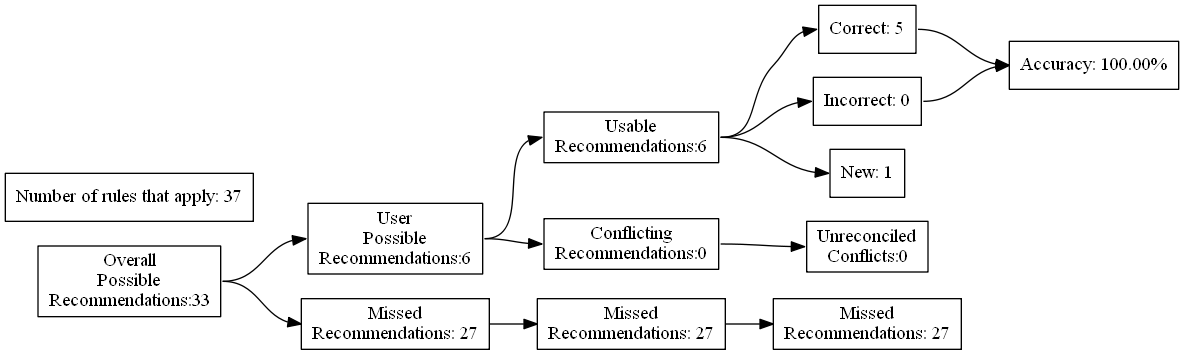
ZaxR/ibd_diet_analysis keeps this Graphviz diagram as test_renders/101.gv.png. Above is the earlier version. Its source is kept beside it as test_renders/101.gv.
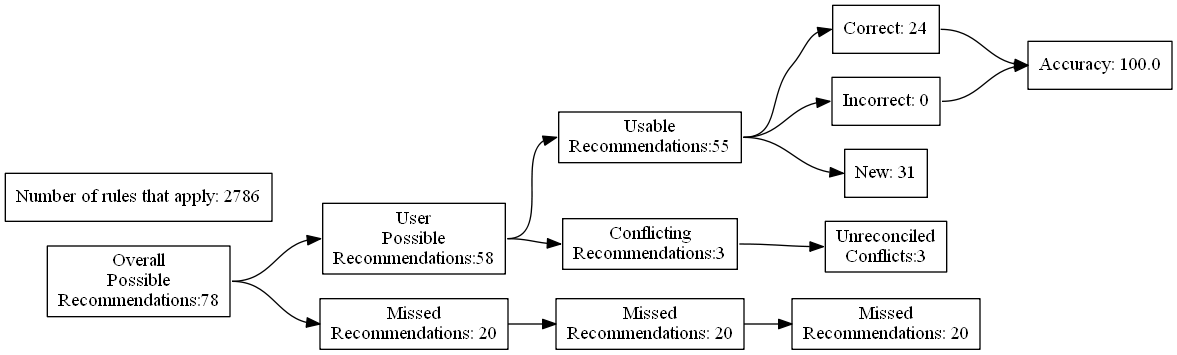
After the commit.

Change to the diagram source:
```diff
@@ -4,27 +4,27 @@
 	edge [headport=w tailport=e]
 		A [label="Overall
 Possible
-Recommendations:33"]
+Recommendations:78"]
 		B [label="User
 Possible
-Recommendations:6"]
+Recommendations:58"]
 		C [label="Missed
-Recommendations: 27"]
+Recommendations: 20"]
 		D [label="Usable
-Recommendations:6"]
+Recommendations:55"]
 		E [label="Conflicting
-Recommendations:0"]
+Recommendations:3"]
 		J [label="Missed
-Recommendations: 27"]
+Recommendations: 20"]
 		M [label="Unreconciled
-Conflicts:0"]
-		F [label="Correct: 5"]
+Conflicts:3"]
+		F [label="Correct: 24"]
 		G [label="Incorrect: 0"]
-		H [label="New: 1"]
+		H [label="New: 31"]
 		K [label="Missed
-Recommendations: 27"]
-		I [label="Accuracy: 100.00%"]
-		l [label="Number of rules that apply: 37"]
+Recommendations: 20"]
+		I [label="Accuracy: 100.0"]
+		l [label="Number of rules that apply: 2786"]
 			A -> B
 			A -> C
 			B -> D
```
